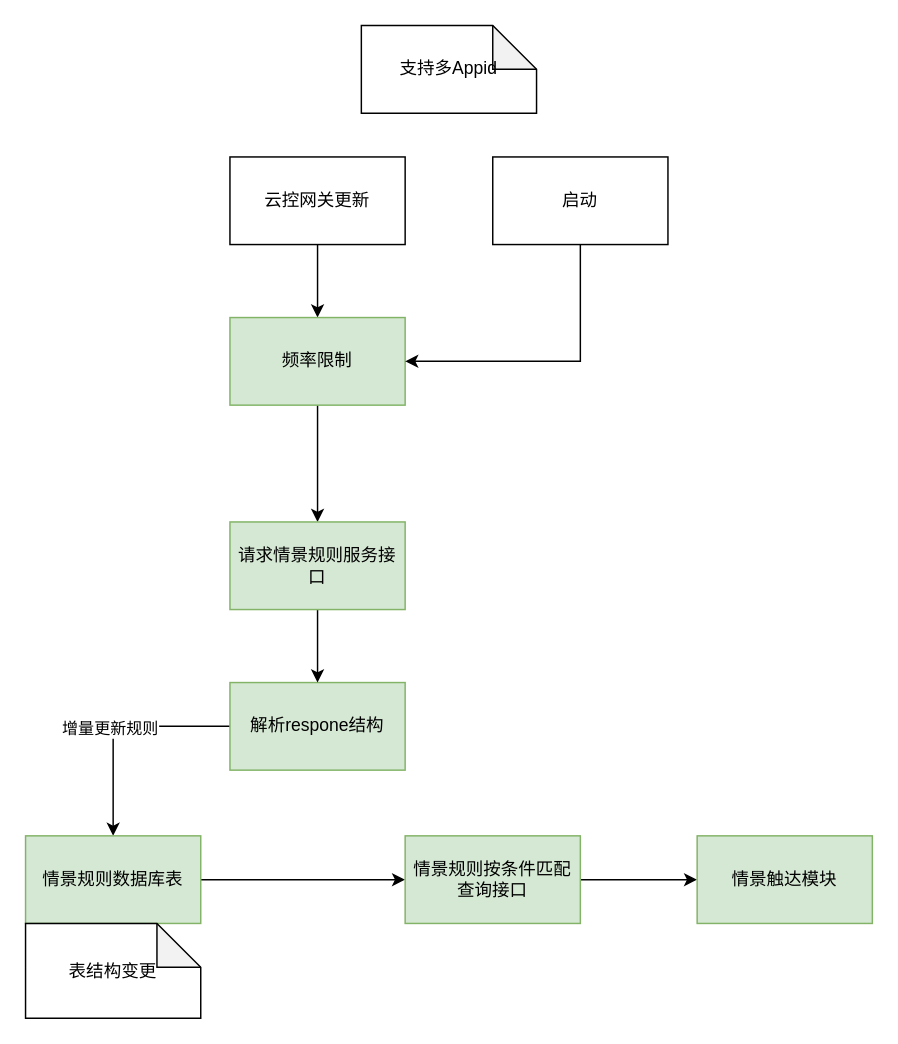
bobolan/workSpace keeps this draw.io diagram as page "情景规则增量更新" (4 of 4) of 端云-人群定向接口.drawio. Above is the earlier version. Source tidied: cells renumbered, new cells numbered last; positions are measured from the earlier drawing's top-left corner, leaving out a move shared by most shapes. Both pictures are drawn from the tidied source at 146%, with x=0, y=0 at pixel (25, 25).
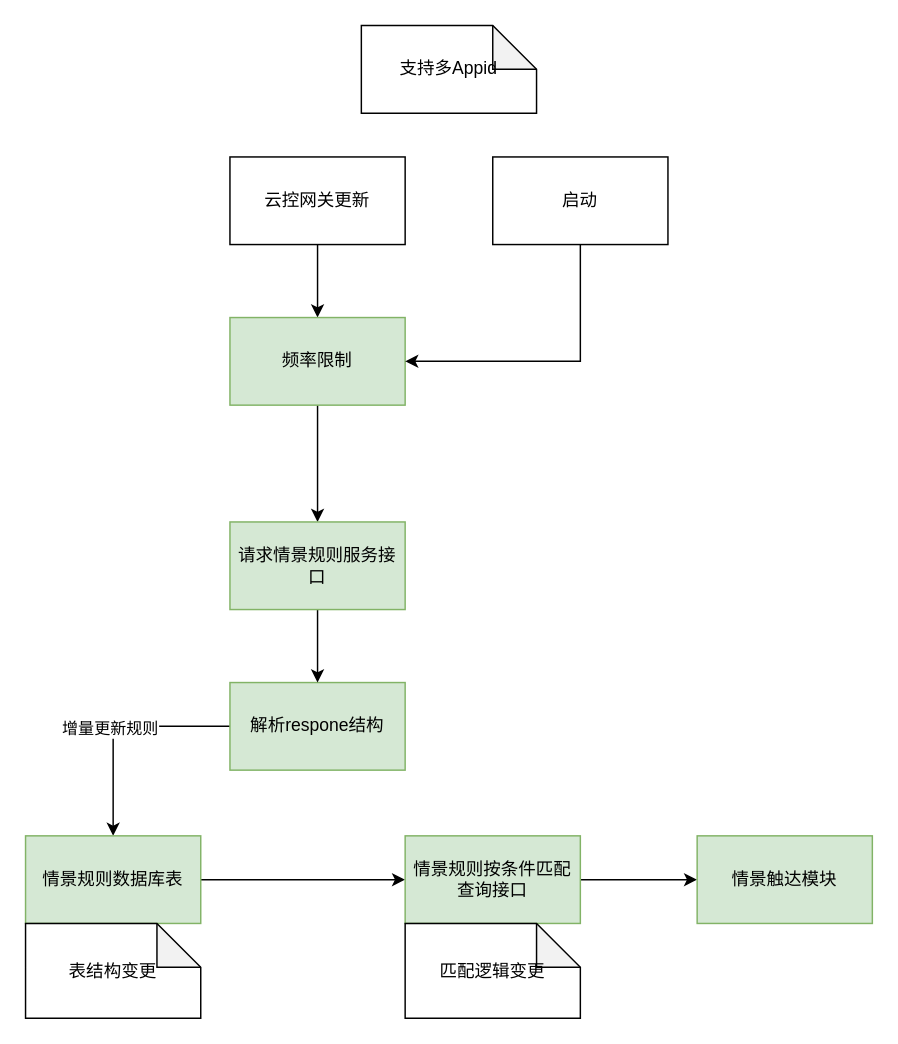
The same page after the edit.

Commit message:
更新端云-人群定向接口.drawio

What changed in the source:
```diff
@@
+    <mxCell id="20" value="匹配逻辑变更" style="shape=note;whiteSpace=wrap;html=1;backgroundOutline=1;darkOpacity=0.05;" parent="1" vertex="1">
+      <mxGeometry x="260" y="615" width="120" height="65" as="geometry" />
+    </mxCell>
```
